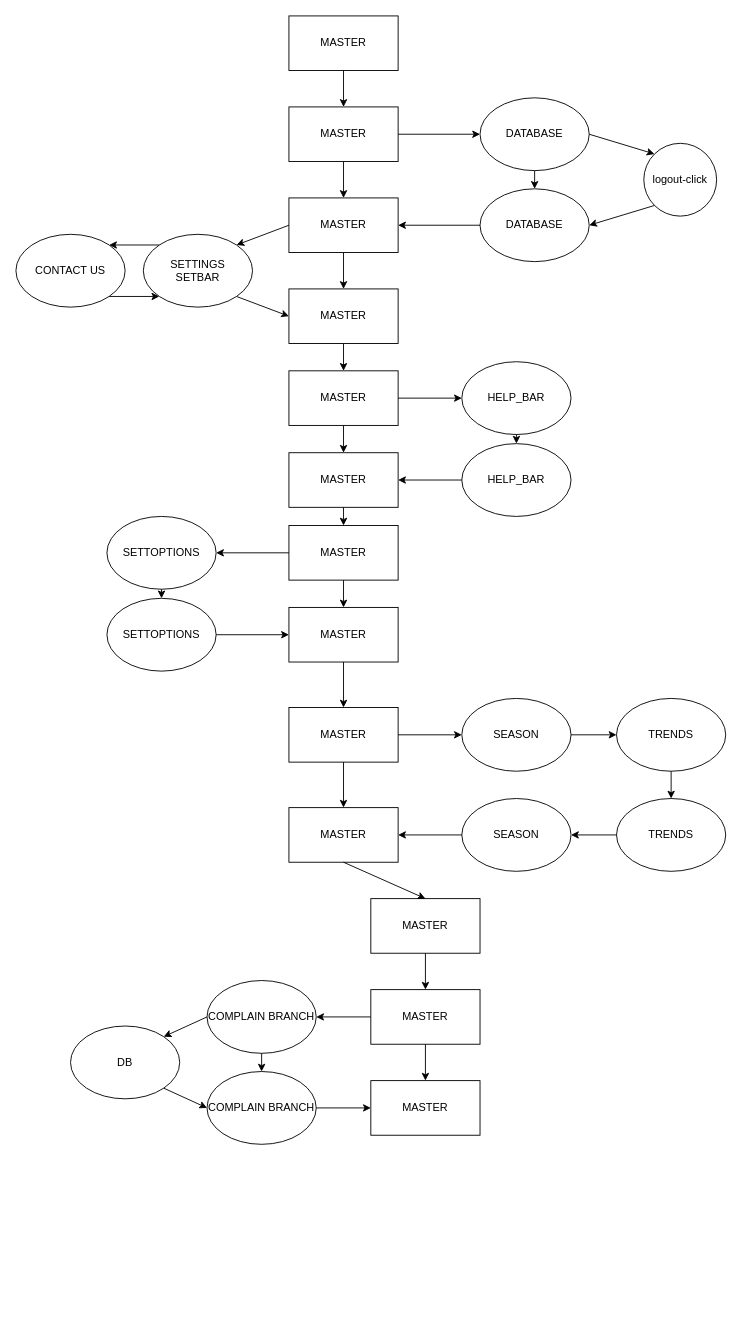
Earlier version of the draw.io diagram INFORMATION/branches.drawio (Man1exter/MAIG-WAREHOUSE). Source tidied: cells renumbered, new cells numbered last; positions are measured from the earlier drawing's top-left corner, leaving out a move shared by most shapes. Both pictures are drawn from the tidied source at 91%, with x=0, y=0 at pixel (15, 15).
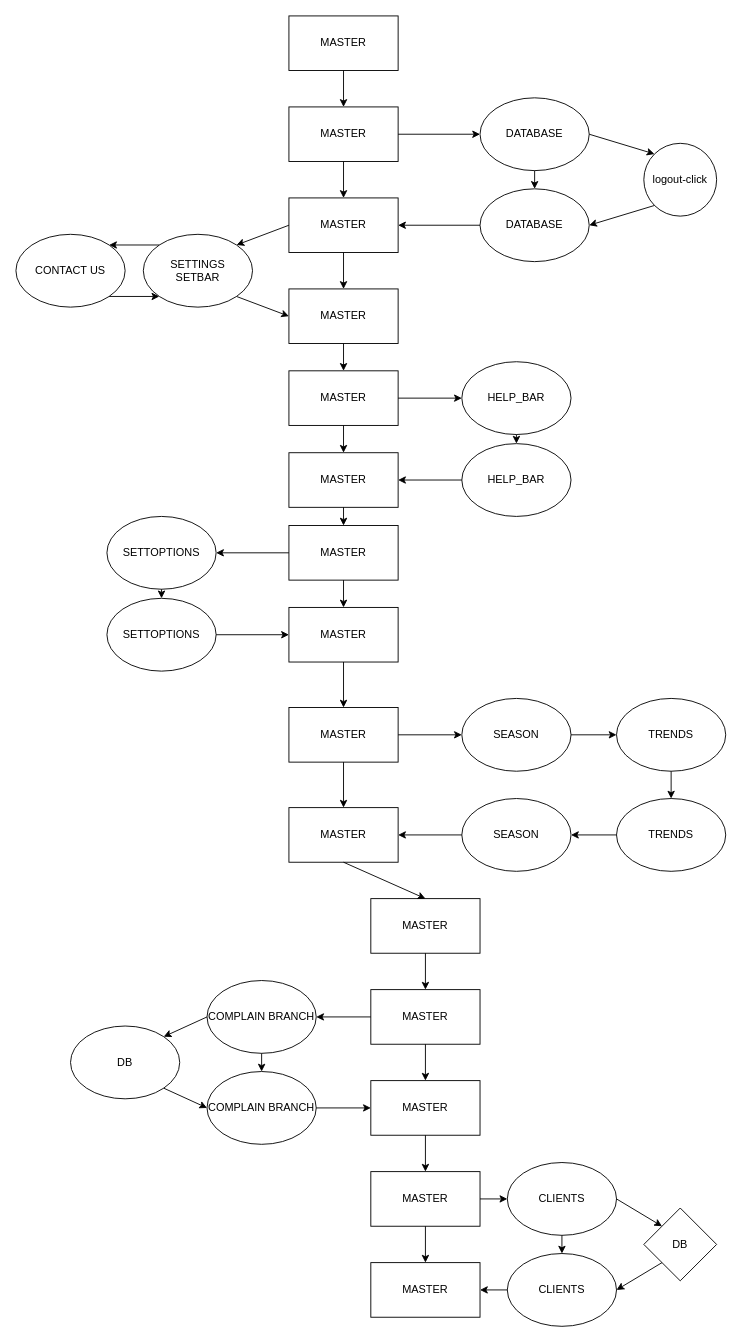
After the change.

Commit message (it also covers changes not shown here):
basic structure of clients barside

Unchanged cells that the change refers to:
```xml
<mxCell id="57" value="MASTER" style="rounded=0;whiteSpace=wrap;html=1;" parent="1" vertex="1">
  <mxGeometry x="390" y="1170" width="120" height="60" as="geometry" />
</mxCell>
```

What changed in the source:
```diff
@@
+    <mxCell id="68" value="MASTER" style="rounded=0;whiteSpace=wrap;html=1;" parent="1" vertex="1">
+      <mxGeometry x="390" y="1270" width="120" height="60" as="geometry" />
+    </mxCell>
+    <mxCell id="69" style="endArrow=classic;html=1;exitX=0.5;exitY=1;exitDx=0;exitDy=0;entryX=0.5;entryY=0;entryDx=0;entryDy=0;" parent="1" edge="1" source="57" target="68">
+      <mxGeometry relative="1" as="geometry" />
+    </mxCell>
+    <mxCell id="70" value="MASTER" style="rounded=0;whiteSpace=wrap;html=1;" parent="1" vertex="1">
+      <mxGeometry x="390" y="1370" width="120" height="60" as="geometry" />
+    </mxCell>
+    <mxCell id="71" style="endArrow=classic;html=1;exitX=0.5;exitY=1;exitDx=0;exitDy=0;entryX=0.5;entryY=0;entryDx=0;entryDy=0;" parent="1" edge="1" source="68" target="70">
+      <mxGeometry relative="1" as="geometry" />
+    </mxCell>
+    <mxCell id="72" value="CLIENTS" style="ellipse;whiteSpace=wrap;html=1;" parent="1" vertex="1">
+      <mxGeometry x="540" y="1260" width="120" height="80" as="geometry" />
+    </mxCell>
+    <mxCell id="73" value="CLIENTS" style="ellipse;whiteSpace=wrap;html=1;" parent="1" vertex="1">
+      <mxGeometry x="540" y="1360" width="120" height="80" as="geometry" />
+    </mxCell>
+    <mxCell id="74" style="endArrow=classic;html=1;exitX=1;exitY=0.5;exitDx=0;exitDy=0;entryX=0;entryY=0.5;entryDx=0;entryDy=0;" parent="1" edge="1" source="68" target="72">
+      <mxGeometry relative="1" as="geometry" />
+    </mxCell>
+    <mxCell id="75" style="endArrow=classic;html=1;exitX=0.5;exitY=1;exitDx=0;exitDy=0;entryX=0.5;entryY=0;entryDx=0;entryDy=0;" parent="1" edge="1" source="72" target="73">
+      <mxGeometry relative="1" as="geometry" />
+    </mxCell>
+    <mxCell id="76" style="endArrow=classic;html=1;exitX=0;exitY=0.5;exitDx=0;exitDy=0;entryX=1;entryY=0.5;entryDx=0;entryDy=0;" parent="1" edge="1" source="73" target="70">
+      <mxGeometry relative="1" as="geometry" />
+    </mxCell>
+    <mxCell id="77" value="DB" style="rhombus;whiteSpace=wrap;html=1;" parent="1" vertex="1">
+      <mxGeometry x="690" y="1310" width="80" height="80" as="geometry" />
+    </mxCell>
+    <mxCell id="78" style="endArrow=classic;html=1;exitX=1;exitY=0.5;exitDx=0;exitDy=0;entryX=0;entryY=0;entryDx=0;entryDy=0;" parent="1" edge="1" source="72" target="77">
+      <mxGeometry relative="1" as="geometry" />
+    </mxCell>
+    <mxCell id="79" style="endArrow=classic;html=1;exitX=0;exitY=1;exitDx=0;exitDy=0;entryX=1;entryY=0.5;entryDx=0;entryDy=0;" parent="1" edge="1" source="77" target="73">
+      <mxGeometry relative="1" as="geometry" />
+    </mxCell>
```
